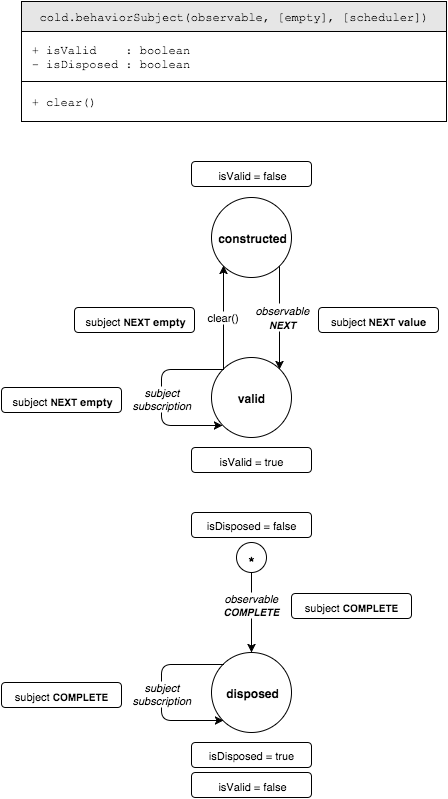
Earlier version of the draw.io export operator/behavior.png (bholloway/rxjs-operators). Source tidied: cells renumbered, new cells last; positions are measured from the earlier drawing's top-left corner, leaving out a move shared by most shapes.
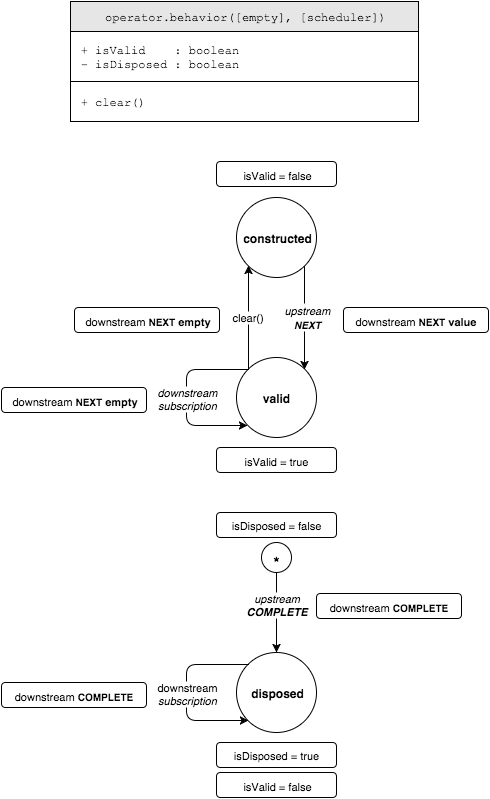
After the commit.

What changed in the source:
```diff
@@ -2,41 +2,47 @@
   <root>
     <mxCell id="0" />
     <mxCell id="1" parent="0" />
+    <mxCell id="30" style="group;" parent="1" vertex="1">
+      <mxGeometry x="56" width="348" height="120" as="geometry" />
+    </mxCell>
-    <mxCell id="2" style="group;" parent="1" vertex="1">
-      <mxGeometry x="20" width="425" height="120" as="geometry" />
+    <mxCell id="2" style="group;" parent="30" vertex="1">
+      <mxGeometry width="348" height="120" as="geometry" />
     </mxCell>
-    <mxCell id="3" value="&lt;span&gt;cold.&lt;/span&gt;behaviorSubject(observable, [empty], [scheduler])" style="whiteSpace=wrap;html=1;fillColor=#E6E6E6;fontFamily=Courier New;" parent="2" vertex="1">
-      <mxGeometry width="425" height="30" as="geometry" />
+    <mxCell id="3" value="operator.behavior([empty], [scheduler])" style="whiteSpace=wrap;html=1;fillColor=#E6E6E6;fontFamily=Courier New;" parent="2" vertex="1">
+      <mxGeometry width="348" height="30" as="geometry" />
     </mxCell>
     <mxCell id="4" value="&lt;div&gt;&amp;nbsp;+ isValid &amp;nbsp; &amp;nbsp;: boolean&lt;/div&gt;&lt;div&gt;&lt;span&gt;&amp;nbsp;- isDisposed : boolean&lt;/span&gt;&lt;br&gt;&lt;/div&gt;" style="whiteSpace=wrap;html=1;fillColor=none;align=left;fontFamily=Courier New;" parent="2" vertex="1">
-      <mxGeometry y="30" width="425" height="50" as="geometry" />
+      <mxGeometry y="30" width="348" height="50" as="geometry" />
     </mxCell>
     <mxCell id="5" value="&lt;span&gt;&amp;nbsp;+ clear()&lt;/span&gt;" style="whiteSpace=wrap;html=1;fillColor=none;align=left;fontFamily=Courier New;" parent="2" vertex="1">
-      <mxGeometry y="80" width="425" height="40" as="geometry" />
+      <mxGeometry y="80" width="348" height="40" as="geometry" />
     </mxCell>
+    <mxCell id="31" style="group;" parent="1" vertex="1">
+      <mxGeometry x="-13" y="160" width="487" height="636" as="geometry" />
+    </mxCell>
-    <mxCell id="6" value="&lt;span&gt;valid&lt;/span&gt;" style="ellipse;whiteSpace=wrap;html=1;fillColor=#ffffff;fontStyle=1;" parent="1" vertex="1">
-      <mxGeometry x="210" y="356" width="80" height="80" as="geometry" />
+    <mxCell id="6" value="&lt;span&gt;valid&lt;/span&gt;" style="ellipse;whiteSpace=wrap;html=1;fillColor=#ffffff;fontStyle=1;" parent="31" vertex="1">
+      <mxGeometry x="235" y="196" width="80" height="80" as="geometry" />
     </mxCell>
-    <mxCell id="7" value="&lt;font style=&quot;font-size: 11px&quot;&gt;isValid = false&lt;/font&gt;" style="rounded=1;whiteSpace=wrap;html=1;strokeColor=#000000;fillColor=#ffffff;align=center;" parent="1" vertex="1">
-      <mxGeometry x="190" y="160" width="120" height="25" as="geometry" />
+    <mxCell id="7" value="&lt;font style=&quot;font-size: 11px&quot;&gt;isValid = false&lt;/font&gt;" style="rounded=1;whiteSpace=wrap;html=1;strokeColor=#000000;fillColor=#ffffff;align=center;" parent="31" vertex="1">
+      <mxGeometry x="215" width="120" height="25" as="geometry" />
     </mxCell>
-    <mxCell id="8" style="edgeStyle=orthogonalEdgeStyle;rounded=0;html=1;exitX=1;exitY=1;endArrow=classic;endFill=1;jettySize=auto;entryX=1;entryY=0;" parent="1" edge="1" source="10" target="6">
+    <mxCell id="8" style="edgeStyle=orthogonalEdgeStyle;rounded=0;html=1;exitX=1;exitY=1;endArrow=classic;endFill=1;jettySize=auto;entryX=1;entryY=0;" parent="31" edge="1" source="10" target="6">
       <mxGeometry relative="1" as="geometry">
         <Array as="points">
-          <mxPoint x="276" y="265" />
-          <mxPoint x="278" y="265" />
+          <mxPoint x="301" y="105" />
+          <mxPoint x="303" y="105" />
         </Array>
       </mxGeometry>
     </mxCell>
-    <mxCell id="9" value="&lt;i&gt;&lt;font style=&quot;font-size: 11px&quot;&gt;observable&lt;/font&gt;&lt;/i&gt;&lt;div&gt;&lt;i&gt;&lt;b&gt;&lt;font style=&quot;font-size: 10px&quot;&gt;NEXT&lt;/font&gt;&lt;/b&gt;&lt;/i&gt;&lt;/div&gt;" style="text;html=1;align=center;verticalAlign=middle;labelBackgroundColor=#ffffff;" parent="8" vertex="1">
+    <mxCell id="9" value="&lt;i&gt;&lt;font style=&quot;font-size: 11px&quot;&gt;upstream&lt;/font&gt;&lt;/i&gt;&lt;div&gt;&lt;i&gt;&lt;b&gt;&lt;font style=&quot;font-size: 10px&quot;&gt;NEXT&lt;/font&gt;&lt;/b&gt;&lt;/i&gt;&lt;/div&gt;" style="text;html=1;align=center;verticalAlign=middle;labelBackgroundColor=#ffffff;" parent="8" vertex="1">
       <mxGeometry x="0.1" y="1" relative="1" as="geometry">
         <mxPoint x="1" y="-5" as="offset" />
       </mxGeometry>
     </mxCell>
-    <mxCell id="10" value="constructed" style="ellipse;whiteSpace=wrap;html=1;fillColor=#ffffff;fontStyle=1;" parent="1" vertex="1">
-      <mxGeometry x="210" y="196" width="80" height="80" as="geometry" />
+    <mxCell id="10" value="constructed" style="ellipse;whiteSpace=wrap;html=1;fillColor=#ffffff;fontStyle=1;" parent="31" vertex="1">
+      <mxGeometry x="235" y="36" width="80" height="80" as="geometry" />
     </mxCell>
-    <mxCell id="11" style="endArrow=classic;html=1;exitX=0;exitY=0;entryX=0;entryY=1;" parent="1" edge="1" source="6" target="10">
+    <mxCell id="11" style="endArrow=classic;html=1;exitX=0;exitY=0;entryX=0;entryY=1;" parent="31" edge="1" source="6" target="10">
       <mxGeometry relative="1" as="geometry" />
     </mxCell>
     <mxCell id="12" value="&lt;span&gt;clear()&lt;/span&gt;" style="text;html=1;align=center;verticalAlign=middle;labelBackgroundColor=#ffffff;fontSize=11;" parent="11" vertex="1">
@@ -44,73 +50,70 @@
         <mxPoint y="-4" as="offset" />
       </mxGeometry>
     </mxCell>
-    <mxCell id="13" value="&lt;font&gt;&lt;span style=&quot;font-size: 11px&quot;&gt;subject&lt;/span&gt;&lt;b&gt;&lt;span style=&quot;font-size: 11px&quot;&gt;&amp;nbsp;&lt;/span&gt;&lt;font style=&quot;font-size: 10px&quot;&gt;NEXT&lt;/font&gt;&lt;span style=&quot;font-size: 11px&quot;&gt; empty&lt;/span&gt;&lt;/b&gt;&lt;/font&gt;" style="rounded=1;whiteSpace=wrap;html=1;strokeColor=#000000;fillColor=#ffffff;align=center;" parent="1" vertex="1">
-      <mxGeometry x="73" y="306" width="120" height="25" as="geometry" />
+    <mxCell id="13" value="&lt;font&gt;&lt;span style=&quot;font-size: 11px&quot;&gt;downstream&lt;/span&gt;&lt;b&gt;&lt;span style=&quot;font-size: 11px&quot;&gt;&amp;nbsp;&lt;/span&gt;&lt;font style=&quot;font-size: 10px&quot;&gt;NEXT&lt;/font&gt;&lt;span style=&quot;font-size: 11px&quot;&gt; empty&lt;/span&gt;&lt;/b&gt;&lt;/font&gt;" style="rounded=1;whiteSpace=wrap;html=1;strokeColor=#000000;fillColor=#ffffff;align=center;" parent="31" vertex="1">
+      <mxGeometry x="73" y="146" width="145" height="25" as="geometry" />
     </mxCell>
-    <mxCell id="14" value="&lt;font&gt;&lt;font style=&quot;font-size: 11px&quot;&gt;subject&lt;/font&gt;&lt;b style=&quot;font-size: 10px&quot;&gt;&amp;nbsp;NEXT &lt;/b&gt;&lt;b&gt;&lt;font style=&quot;font-size: 11px&quot;&gt;value&lt;/font&gt;&lt;/b&gt;&lt;/font&gt;" style="rounded=1;whiteSpace=wrap;html=1;strokeColor=#000000;fillColor=#ffffff;align=center;" parent="1" vertex="1">
-      <mxGeometry x="317" y="306" width="120" height="25" as="geometry" />
-    </mxCell>
-    <mxCell id="15" value="&lt;font style=&quot;font-size: 11px&quot;&gt;isValid = true&lt;/font&gt;" style="rounded=1;whiteSpace=wrap;html=1;strokeColor=#000000;fillColor=#ffffff;align=center;" parent="1" vertex="1">
-      <mxGeometry x="190" y="446" width="120" height="25" as="geometry" />
+    <mxCell id="15" value="&lt;font style=&quot;font-size: 11px&quot;&gt;isValid = true&lt;/font&gt;" style="rounded=1;whiteSpace=wrap;html=1;strokeColor=#000000;fillColor=#ffffff;align=center;" parent="31" vertex="1">
+      <mxGeometry x="215" y="286" width="120" height="25" as="geometry" />
     </mxCell>
-    <mxCell id="16" style="edgeStyle=segmentEdgeStyle;endArrow=classic;html=1;" parent="1" edge="1">
-      <mxGeometry x="342.7" y="478.8" as="geometry">
-        <mxPoint x="221" y="368" as="sourcePoint" />
-        <mxPoint x="221" y="424" as="targetPoint" />
+    <mxCell id="16" style="edgeStyle=segmentEdgeStyle;endArrow=classic;html=1;" parent="31" edge="1">
+      <mxGeometry x="184.7" y="207.8" as="geometry">
+        <mxPoint x="246" y="208" as="sourcePoint" />
+        <mxPoint x="246" y="264" as="targetPoint" />
         <Array as="points">
-          <mxPoint x="160" y="368" />
-          <mxPoint x="160" y="424" />
+          <mxPoint x="185" y="208" />
+          <mxPoint x="185" y="264" />
         </Array>
       </mxGeometry>
     </mxCell>
-    <mxCell id="17" value="&lt;div&gt;&lt;span&gt;subject&lt;/span&gt;&lt;/div&gt;&lt;div&gt;&lt;i&gt;subscription&lt;/i&gt;&lt;br&gt;&lt;/div&gt;" style="text;html=1;align=center;verticalAlign=middle;labelBackgroundColor=#ffffff;fontStyle=2;fontSize=11;" parent="16" vertex="1">
+    <mxCell id="17" value="&lt;div&gt;&lt;span&gt;downstream&lt;/span&gt;&lt;/div&gt;&lt;div&gt;&lt;i&gt;subscription&lt;/i&gt;&lt;br&gt;&lt;/div&gt;" style="text;html=1;align=center;verticalAlign=middle;labelBackgroundColor=#ffffff;fontStyle=2;fontSize=11;" parent="16" vertex="1">
       <mxGeometry y="1" relative="1" as="geometry">
         <mxPoint x="-1" as="offset" />
       </mxGeometry>
     </mxCell>
-    <mxCell id="18" value="&lt;font&gt;&lt;span style=&quot;font-size: 11px&quot;&gt;subject&lt;/span&gt;&lt;b&gt;&lt;span style=&quot;font-size: 11px&quot;&gt;&amp;nbsp;&lt;/span&gt;&lt;font style=&quot;font-size: 10px&quot;&gt;NEXT&lt;/font&gt;&lt;span style=&quot;font-size: 11px&quot;&gt; empty&lt;/span&gt;&lt;/b&gt;&lt;/font&gt;" style="rounded=1;whiteSpace=wrap;html=1;strokeColor=#000000;fillColor=#ffffff;align=center;" parent="1" vertex="1">
-      <mxGeometry y="386" width="120" height="25" as="geometry" />
+    <mxCell id="18" value="&lt;font&gt;&lt;span style=&quot;font-size: 11px&quot;&gt;downstream&lt;/span&gt;&lt;b&gt;&lt;span style=&quot;font-size: 11px&quot;&gt;&amp;nbsp;&lt;/span&gt;&lt;font style=&quot;font-size: 10px&quot;&gt;NEXT&lt;/font&gt;&lt;span style=&quot;font-size: 11px&quot;&gt; empty&lt;/span&gt;&lt;/b&gt;&lt;/font&gt;" style="rounded=1;whiteSpace=wrap;html=1;strokeColor=#000000;fillColor=#ffffff;align=center;" parent="31" vertex="1">
+      <mxGeometry y="226" width="145" height="25" as="geometry" />
     </mxCell>
-    <mxCell id="19" style="group;" parent="1" vertex="1">
-      <mxGeometry y="511" width="410" height="285" as="geometry" />
-    </mxCell>
-    <mxCell id="20" value="&lt;font style=&quot;font-size: 11px&quot;&gt;isValid = false&lt;/font&gt;" style="rounded=1;whiteSpace=wrap;html=1;strokeColor=#000000;fillColor=#ffffff;align=center;" parent="19" vertex="1">
-      <mxGeometry x="190" y="260" width="120" height="25" as="geometry" />
+    <mxCell id="20" value="&lt;font style=&quot;font-size: 11px&quot;&gt;isValid = false&lt;/font&gt;" style="rounded=1;whiteSpace=wrap;html=1;strokeColor=#000000;fillColor=#ffffff;align=center;" parent="31" vertex="1">
+      <mxGeometry x="215" y="611" width="120" height="25" as="geometry" />
     </mxCell>
-    <mxCell id="21" value="disposed" style="ellipse;whiteSpace=wrap;html=1;fillColor=#ffffff;fontStyle=1;" parent="19" vertex="1">
-      <mxGeometry x="210" y="140" width="80" height="80" as="geometry" />
+    <mxCell id="21" value="disposed" style="ellipse;whiteSpace=wrap;html=1;fillColor=#ffffff;fontStyle=1;" parent="31" vertex="1">
+      <mxGeometry x="235" y="491" width="80" height="80" as="geometry" />
     </mxCell>
-    <mxCell id="22" value="&lt;i&gt;&lt;font style=&quot;font-size: 11px&quot;&gt;observable&lt;/font&gt;&lt;/i&gt;&lt;div&gt;&lt;i&gt;&lt;font style=&quot;font-size: 10px&quot;&gt;&lt;b&gt;COMPLETE&lt;/b&gt;&lt;/font&gt;&lt;/i&gt;&lt;/div&gt;" style="endArrow=classic;html=1;entryX=0.5;entryY=0;exitX=0.5;exitY=1;" parent="19" edge="1" source="27" target="21">
+    <mxCell id="22" value="&lt;i&gt;&lt;font&gt;upstream&lt;/font&gt;&lt;/i&gt;&lt;div&gt;&lt;div&gt;&lt;i&gt;&lt;font&gt;&lt;b&gt;COMPLETE&lt;/b&gt;&lt;/font&gt;&lt;/i&gt;&lt;/div&gt;&lt;/div&gt;" style="endArrow=classic;html=1;entryX=0.5;entryY=0;exitX=0.5;exitY=1;" parent="31" edge="1" source="27" target="21">
       <mxGeometry x="-0.2" relative="1" as="geometry" />
     </mxCell>
-    <mxCell id="23" value="isDisposed = true" style="rounded=1;whiteSpace=wrap;html=1;strokeColor=#000000;fillColor=#ffffff;align=center;fontSize=11;" parent="19" vertex="1">
-      <mxGeometry x="190" y="230" width="120" height="25" as="geometry" />
+    <mxCell id="23" value="isDisposed = true" style="rounded=1;whiteSpace=wrap;html=1;strokeColor=#000000;fillColor=#ffffff;align=center;fontSize=11;" parent="31" vertex="1">
+      <mxGeometry x="215" y="581" width="120" height="25" as="geometry" />
     </mxCell>
-    <mxCell id="24" style="edgeStyle=segmentEdgeStyle;endArrow=classic;html=1;entryX=0;entryY=1;" parent="19" edge="1" target="21">
+    <mxCell id="24" style="edgeStyle=segmentEdgeStyle;endArrow=classic;html=1;entryX=0;entryY=1;" parent="31" edge="1" target="21">
       <mxGeometry relative="1" as="geometry">
-        <mxPoint x="222" y="152" as="sourcePoint" />
+        <mxPoint x="247" y="503" as="sourcePoint" />
         <Array as="points">
-          <mxPoint x="160" y="152" />
-          <mxPoint x="160" y="208" />
+          <mxPoint x="185" y="503" />
+          <mxPoint x="185" y="559" />
         </Array>
       </mxGeometry>
     </mxCell>
-    <mxCell id="25" value="&lt;div&gt;&lt;span&gt;&lt;i&gt;subject&lt;/i&gt;&lt;/span&gt;&lt;br&gt;&lt;/div&gt;&lt;div&gt;&lt;i&gt;subscription&lt;/i&gt;&lt;/div&gt;" style="text;html=1;align=center;verticalAlign=middle;labelBackgroundColor=#ffffff;fontSize=11;" parent="24" vertex="1">
+    <mxCell id="25" value="&lt;div&gt;&lt;span&gt;downstream&lt;/span&gt;&lt;i&gt;&lt;br&gt;&lt;/i&gt;&lt;/div&gt;&lt;div&gt;&lt;i&gt;subscription&lt;/i&gt;&lt;/div&gt;" style="text;html=1;align=center;verticalAlign=middle;labelBackgroundColor=#ffffff;fontSize=11;" parent="24" vertex="1">
       <mxGeometry y="1" relative="1" as="geometry">
         <mxPoint x="-1" as="offset" />
       </mxGeometry>
     </mxCell>
-    <mxCell id="26" value="&lt;font&gt;&lt;span style=&quot;font-size: 11px&quot;&gt;subject&lt;/span&gt;&lt;b style=&quot;font-size: 11px&quot;&gt;&amp;nbsp;&lt;/b&gt;&lt;b&gt;&lt;font style=&quot;font-size: 10px&quot;&gt;COMPLETE&lt;/font&gt;&lt;/b&gt;&lt;/font&gt;" style="rounded=1;whiteSpace=wrap;html=1;strokeColor=#000000;fillColor=#ffffff;align=center;" parent="19" vertex="1">
-      <mxGeometry y="170" width="120" height="25" as="geometry" />
-    </mxCell>
-    <mxCell id="27" value="&lt;b&gt;&lt;font style=&quot;font-size: 18px&quot;&gt;&lt;sub&gt;*&lt;/sub&gt;&lt;/font&gt;&lt;/b&gt;" style="ellipse;whiteSpace=wrap;html=1;strokeColor=#000000;fillColor=#ffffff;align=center;" parent="19" vertex="1">
-      <mxGeometry x="235" y="30" width="30" height="30" as="geometry" />
+    <mxCell id="27" value="&lt;b&gt;&lt;font style=&quot;font-size: 18px&quot;&gt;&lt;sub&gt;*&lt;/sub&gt;&lt;/font&gt;&lt;/b&gt;" style="ellipse;whiteSpace=wrap;html=1;strokeColor=#000000;fillColor=#ffffff;align=center;" parent="31" vertex="1">
+      <mxGeometry x="260" y="381" width="30" height="30" as="geometry" />
     </mxCell>
-    <mxCell id="28" value="isDisposed = false" style="rounded=1;whiteSpace=wrap;html=1;strokeColor=#000000;fillColor=#ffffff;align=center;fontSize=11;" parent="19" vertex="1">
-      <mxGeometry x="190" width="120" height="25" as="geometry" />
+    <mxCell id="28" value="isDisposed = false" style="rounded=1;whiteSpace=wrap;html=1;strokeColor=#000000;fillColor=#ffffff;align=center;fontSize=11;" parent="31" vertex="1">
+      <mxGeometry x="215" y="351" width="120" height="25" as="geometry" />
     </mxCell>
-    <mxCell id="29" value="&lt;font&gt;&lt;span style=&quot;font-size: 11px&quot;&gt;subject&lt;/span&gt;&lt;b style=&quot;font-size: 11px&quot;&gt;&amp;nbsp;&lt;/b&gt;&lt;b&gt;&lt;font style=&quot;font-size: 10px&quot;&gt;COMPLETE&lt;/font&gt;&lt;/b&gt;&lt;/font&gt;" style="rounded=1;whiteSpace=wrap;html=1;strokeColor=#000000;fillColor=#ffffff;align=center;" parent="19" vertex="1">
-      <mxGeometry x="290" y="81" width="120" height="25" as="geometry" />
+    <mxCell id="29" value="&lt;font&gt;&lt;span style=&quot;font-size: 11px&quot;&gt;downstream&lt;/span&gt;&lt;b style=&quot;font-size: 11px&quot;&gt;&amp;nbsp;&lt;/b&gt;&lt;b&gt;&lt;font style=&quot;font-size: 10px&quot;&gt;COMPLETE&lt;/font&gt;&lt;/b&gt;&lt;/font&gt;" style="rounded=1;whiteSpace=wrap;html=1;strokeColor=#000000;fillColor=#ffffff;align=center;" parent="31" vertex="1">
+      <mxGeometry x="315" y="432" width="145" height="25" as="geometry" />
     </mxCell>
+    <mxCell id="32" value="&lt;font&gt;&lt;span style=&quot;font-size: 11px&quot;&gt;downstream&lt;/span&gt;&lt;b style=&quot;font-size: 11px&quot;&gt;&amp;nbsp;&lt;/b&gt;&lt;b&gt;&lt;font style=&quot;font-size: 10px&quot;&gt;COMPLETE&lt;/font&gt;&lt;/b&gt;&lt;/font&gt;" style="rounded=1;whiteSpace=wrap;html=1;strokeColor=#000000;fillColor=#ffffff;align=center;" parent="31" vertex="1">
+      <mxGeometry y="521" width="145" height="25" as="geometry" />
+    </mxCell>
+    <mxCell id="33" value="&lt;font&gt;&lt;span style=&quot;font-size: 11px&quot;&gt;downstream&lt;/span&gt;&lt;b&gt;&lt;span style=&quot;font-size: 11px&quot;&gt;&amp;nbsp;&lt;/span&gt;&lt;font style=&quot;font-size: 10px&quot;&gt;NEXT&lt;/font&gt;&lt;span style=&quot;font-size: 11px&quot;&gt; value&lt;/span&gt;&lt;/b&gt;&lt;/font&gt;" style="rounded=1;whiteSpace=wrap;html=1;strokeColor=#000000;fillColor=#ffffff;align=center;" parent="31" vertex="1">
+      <mxGeometry x="342" y="146" width="145" height="25" as="geometry" />
+    </mxCell>
   </root>
 </mxGraphModel>
```
